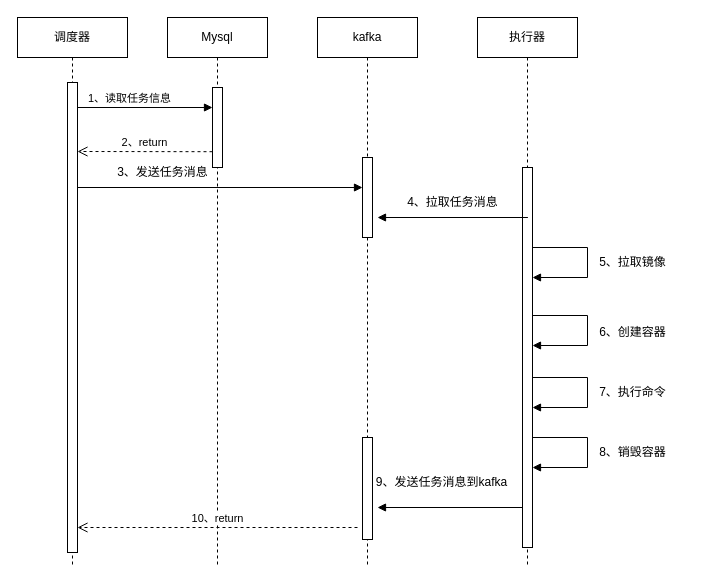
Before: 执行容器任务.drawio in tianshengdiwangK/common, a draw.io diagram. Source tidied: cells renumbered, new cells numbered last; positions are measured from the earlier drawing's top-left corner, leaving out a move shared by most shapes. Both pictures are drawn from the tidied source at 100%, with x=0, y=0 at pixel (17, 17).
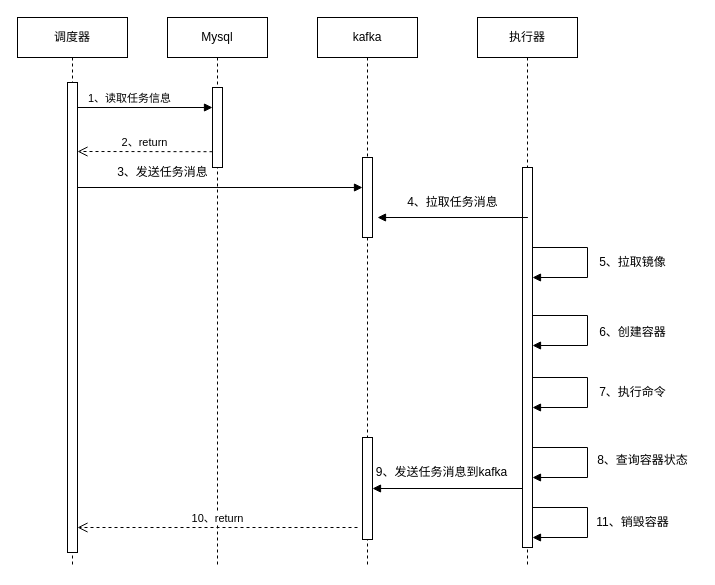
The same page after the edit.

Commit message:
更新执行容器任务.drawio

Unchanged cells that the change refers to:
```xml
<mxCell id="6" style="html=1;points=[];perimeter=orthogonalPerimeter;outlineConnect=0;targetShapes=umlLifeline;portConstraint=eastwest;newEdgeStyle={&quot;edgeStyle&quot;:&quot;elbowEdgeStyle&quot;,&quot;elbow&quot;:&quot;vertical&quot;,&quot;curved&quot;:0,&quot;rounded&quot;:0};" parent="4" vertex="1">
  <mxGeometry x="45" y="420" width="10" height="102" as="geometry" />
</mxCell>
<mxCell id="8" style="html=1;points=[];perimeter=orthogonalPerimeter;outlineConnect=0;targetShapes=umlLifeline;portConstraint=eastwest;newEdgeStyle={&quot;edgeStyle&quot;:&quot;elbowEdgeStyle&quot;,&quot;elbow&quot;:&quot;vertical&quot;,&quot;curved&quot;:0,&quot;rounded&quot;:0};" parent="7" vertex="1">
  <mxGeometry x="45" y="150" width="10" height="380" as="geometry" />
</mxCell>
```

The edit, as a diff of the source:
```diff
@@
     <mxCell id="15" style="endArrow=block;endFill=1;endSize=6;html=1;rounded=0;edgeStyle=orthogonalEdgeStyle;" parent="1" edge="1">
       <mxGeometry relative="1" as="geometry">
-        <mxPoint x="515" y="420" as="sourcePoint" />
-        <mxPoint x="515" y="450" as="targetPoint" />
+        <mxPoint x="515" y="490" as="sourcePoint" />
+        <mxPoint x="515" y="520" as="targetPoint" />
         <Array as="points">
-          <mxPoint x="570" y="420" />
-          <mxPoint x="570" y="450" />
+          <mxPoint x="570" y="490" />
+          <mxPoint x="570" y="520" />
         </Array>
       </mxGeometry>
     </mxCell>
@@
-    <mxCell id="17" style="endArrow=none;endFill=0;endSize=12;html=1;rounded=0;startArrow=block;startFill=1;" parent="1" edge="1" target="8">
-      <mxGeometry relative="1" as="geometry">
-        <mxPoint x="360" y="490" as="sourcePoint" />
-      </mxGeometry>
+    <mxCell id="17" style="endArrow=none;endFill=0;endSize=12;html=1;rounded=0;startArrow=block;startFill=1;" parent="1" edge="1" source="6" target="8">
+      <mxGeometry relative="1" as="geometry" />
     </mxCell>
     <mxCell id="18" value="9、发送任务消息到kafka" style="text;html=1;align=center;verticalAlign=middle;strokeColor=none;fillColor=none;" parent="1" vertex="1">
-      <mxGeometry x="349" y="450" width="150" height="30" as="geometry" />
+      <mxGeometry x="349" y="440" width="150" height="30" as="geometry" />
     </mxCell>
-    <mxCell id="19" value="8、销毁容器" style="text;html=1;align=center;verticalAlign=middle;strokeColor=none;fillColor=none;" parent="1" vertex="1">
-      <mxGeometry x="570" y="420" width="90" height="30" as="geometry" />
+    <mxCell id="19" value="11、销毁容器" style="text;html=1;align=center;verticalAlign=middle;strokeColor=none;fillColor=none;" parent="1" vertex="1">
+      <mxGeometry x="565" y="490" width="100" height="30" as="geometry" />
     </mxCell>
@@
+    <mxCell id="28" style="endArrow=block;endFill=1;endSize=6;html=1;rounded=0;edgeStyle=orthogonalEdgeStyle;" parent="1" edge="1">
+      <mxGeometry relative="1" as="geometry">
+        <mxPoint x="515" y="430" as="sourcePoint" />
+        <mxPoint x="515" y="460" as="targetPoint" />
+        <Array as="points">
+          <mxPoint x="570" y="430" />
+          <mxPoint x="570" y="460" />
+        </Array>
+      </mxGeometry>
+    </mxCell>
+    <mxCell id="29" value="8、查询容器状态" style="text;html=1;align=center;verticalAlign=middle;strokeColor=none;fillColor=none;" parent="1" vertex="1">
+      <mxGeometry x="570" y="428" width="110" height="30" as="geometry" />
+    </mxCell>
```
